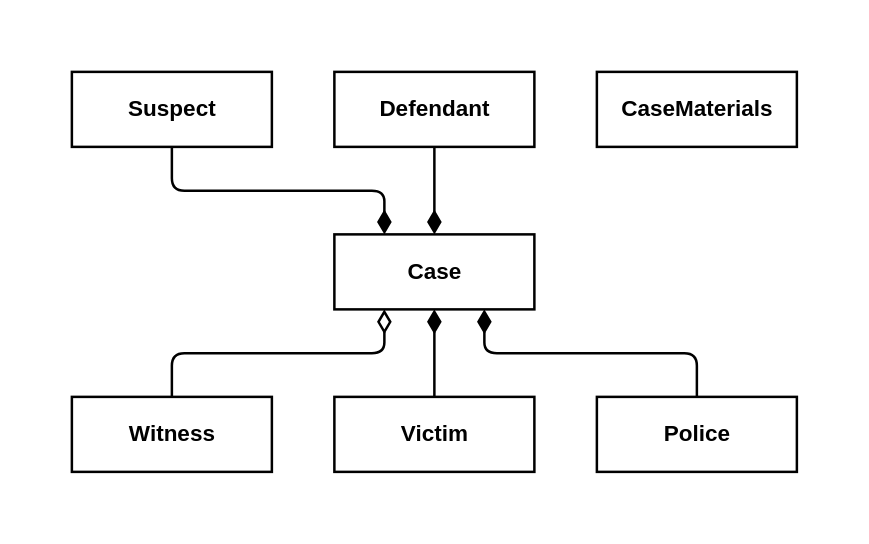
andrewharmellaw/deck-adopting-ddd-at-scale keeps this draw.io diagram as page "Cases-Domain-Model-Simple" (3 of 13) of img/Adopting DDD at Scale Diagrams.drawio. Above is the earlier version. Source tidied: cells renumbered, new cells numbered last; positions are measured from the earlier drawing's top-left corner, leaving out a move shared by most shapes. Both pictures are drawn from the tidied source at 125%, with x=0, y=0 at pixel (21, 21).
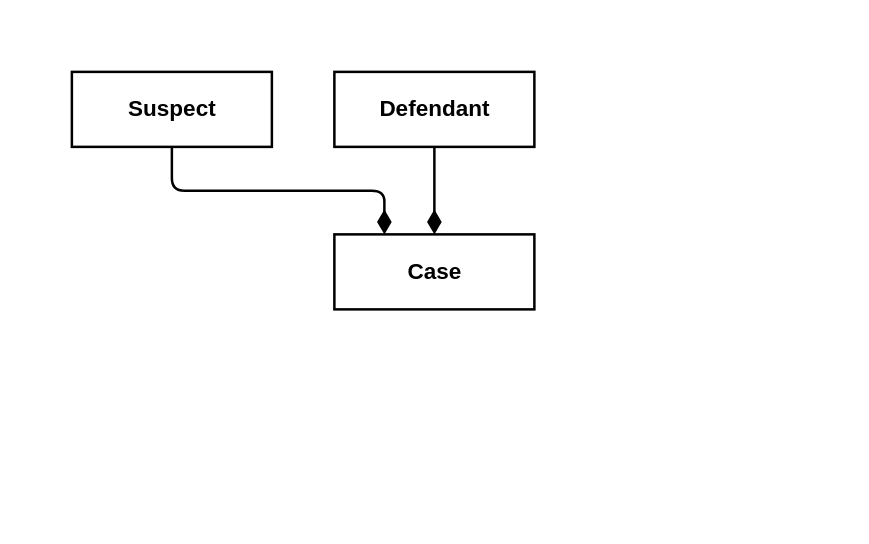
Above is the later version.

Change to the diagram source:
```diff
@@
 <mxGraphModel>
   <root>
     <mxCell id="0" />
     <mxCell id="1" parent="0" />
     <mxCell id="2" style="rounded=0;whiteSpace=wrap;html=1;fontSize=18;dashed=1;dashPattern=1 4;opacity=0;" parent="1" vertex="1">
       <mxGeometry width="660" height="400" as="geometry" />
     </mxCell>
     <mxCell id="3" style="endArrow=none;html=1;endSize=12;startArrow=diamondThin;startSize=14;startFill=1;edgeStyle=orthogonalEdgeStyle;align=left;verticalAlign=bottom;entryX=0.5;entryY=1;entryDx=0;entryDy=0;endFill=0;exitX=0.5;exitY=0;exitDx=0;exitDy=0;strokeWidth=2;" parent="1" edge="1" source="11" target="9">
       <mxGeometry x="-1" y="3" relative="1" as="geometry" />
     </mxCell>
     <mxCell id="4" style="endArrow=none;html=1;endSize=12;startArrow=diamondThin;startSize=14;startFill=1;edgeStyle=orthogonalEdgeStyle;align=left;verticalAlign=bottom;exitX=0.25;exitY=0;exitDx=0;exitDy=0;entryX=0.5;entryY=1;entryDx=0;entryDy=0;endFill=0;strokeWidth=2;" parent="1" edge="1" source="11" target="8">
       <mxGeometry x="-1" y="3" relative="1" as="geometry" />
     </mxCell>
-    <mxCell id="5" style="endArrow=none;html=1;endSize=12;startArrow=diamondThin;startSize=14;startFill=1;edgeStyle=orthogonalEdgeStyle;align=left;verticalAlign=bottom;exitX=0.5;exitY=1;exitDx=0;exitDy=0;entryX=0.5;entryY=0;entryDx=0;entryDy=0;endFill=0;strokeWidth=2;" parent="1" edge="1" source="11" target="12">
-      <mxGeometry x="-1" y="3" relative="1" as="geometry" />
-    </mxCell>
-    <mxCell id="6" style="endArrow=none;html=1;endSize=12;startArrow=diamondThin;startSize=14;startFill=0;edgeStyle=orthogonalEdgeStyle;align=left;verticalAlign=bottom;exitX=0.25;exitY=1;exitDx=0;exitDy=0;entryX=0.5;entryY=0;entryDx=0;entryDy=0;endFill=0;strokeWidth=2;" parent="1" edge="1" source="11" target="10">
-      <mxGeometry x="-1" y="3" relative="1" as="geometry" />
-    </mxCell>
-    <mxCell id="7" style="endArrow=none;html=1;endSize=12;startArrow=diamondThin;startSize=14;startFill=1;edgeStyle=orthogonalEdgeStyle;align=left;verticalAlign=bottom;exitX=0.75;exitY=1;exitDx=0;exitDy=0;entryX=0.5;entryY=0;entryDx=0;entryDy=0;endFill=0;strokeWidth=2;" parent="1" edge="1" source="11" target="13">
-      <mxGeometry x="-1" y="3" relative="1" as="geometry" />
-    </mxCell>
     <mxCell id="8" value="&lt;b&gt;Suspect&lt;/b&gt;" style="html=1;fontSize=18;strokeWidth=2;" parent="1" vertex="1">
       <mxGeometry x="40" y="40" width="160" height="60" as="geometry" />
     </mxCell>
     <mxCell id="9" value="&lt;b&gt;Defendant&lt;/b&gt;" style="html=1;fontSize=18;strokeWidth=2;" parent="1" vertex="1">
       <mxGeometry x="250" y="40" width="160" height="60" as="geometry" />
     </mxCell>
-    <mxCell id="10" value="&lt;b&gt;Witness&lt;/b&gt;" style="html=1;fontSize=18;strokeWidth=2;" parent="1" vertex="1">
-      <mxGeometry x="40" y="300" width="160" height="60" as="geometry" />
-    </mxCell>
     <mxCell id="11" value="&lt;b&gt;Case&lt;/b&gt;" style="html=1;fontSize=18;strokeWidth=2;" parent="1" vertex="1">
       <mxGeometry x="250" y="170" width="160" height="60" as="geometry" />
     </mxCell>
-    <mxCell id="12" value="&lt;b&gt;Victim&lt;/b&gt;" style="html=1;fontSize=18;strokeWidth=2;" parent="1" vertex="1">
-      <mxGeometry x="250" y="300" width="160" height="60" as="geometry" />
-    </mxCell>
-    <mxCell id="13" value="&lt;b&gt;Police&lt;/b&gt;" style="html=1;fontSize=18;strokeWidth=2;" parent="1" vertex="1">
-      <mxGeometry x="460" y="300" width="160" height="60" as="geometry" />
-    </mxCell>
-    <mxCell id="14" value="&lt;b&gt;CaseMaterials&lt;/b&gt;" style="html=1;fontSize=18;strokeWidth=2;" parent="1" vertex="1">
-      <mxGeometry x="460" y="40" width="160" height="60" as="geometry" />
-    </mxCell>
   </root>
 </mxGraphModel>
```
